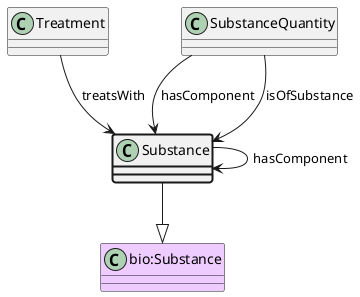
The PlantUML diagram ttl_uml/ttl_appn_Substance.png in aus-plant-phenomics-network/appn-schema, before a commit.
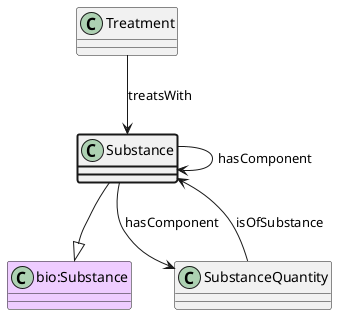
Later version of the same file.

Change to the diagram source:
```diff
@@ -6,7 +6,7 @@
 Treatment --> Substance : treatsWith
 Substance --> Substance : hasComponent
 class SubstanceQuantity
-SubstanceQuantity --> Substance : hasComponent
+Substance --> SubstanceQuantity : hasComponent
 class SubstanceQuantity
 SubstanceQuantity --> Substance : isOfSubstance
 @enduml
```
